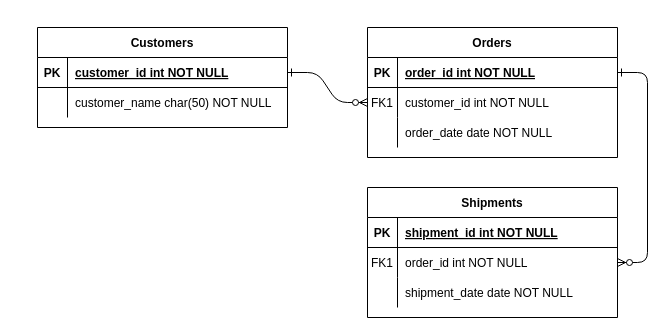
This is E-R Diagram.drawio from wuheison/draw.io, a draw.io file, before an edit. Source tidied: cells renumbered, new cells numbered last; positions are measured from the earlier drawing's top-left corner, leaving out a move shared by most shapes. Both pictures are drawn from the tidied source at 100%, with x=0, y=0 at pixel (37, 27).
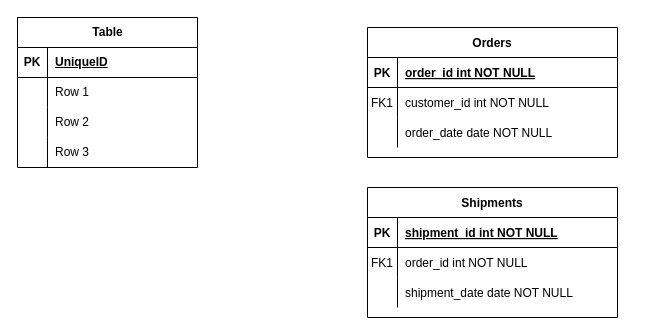
After the change.

Unchanged cells that the change refers to:
```xml
<mxCell id="5" style="shape=partialRectangle;fillColor=none;points=[[0,0.5],[1,0.5]];portConstraint=eastwest;top=0;left=0;right=0;bottom=1;" parent="4" vertex="1">
  <mxGeometry y="30" width="250" height="30" as="geometry" />
</mxCell>
<mxCell id="8" style="shape=partialRectangle;fillColor=none;points=[[0,0.5],[1,0.5]];portConstraint=eastwest;top=0;left=0;right=0;bottom=0;" parent="4" vertex="1">
  <mxGeometry y="60" width="250" height="30" as="geometry" />
</mxCell>
<mxCell id="18" style="shape=partialRectangle;fillColor=none;points=[[0,0.5],[1,0.5]];portConstraint=eastwest;top=0;left=0;right=0;bottom=0;" parent="14" vertex="1">
  <mxGeometry y="60" width="250" height="30" as="geometry" />
</mxCell>
```

What changed in the source:
```diff
@@
-    <mxCell id="2" style="edgeStyle=entityRelationEdgeStyle;endArrow=ERzeroToMany;startArrow=ERone;endFill=1;startFill=0;" parent="1" edge="1" source="25" target="8">
-      <mxGeometry relative="1" as="geometry" />
-    </mxCell>
-    <mxCell id="3" style="edgeStyle=entityRelationEdgeStyle;endArrow=ERzeroToMany;startArrow=ERone;endFill=1;startFill=0;" parent="1" edge="1" source="5" target="18">
-      <mxGeometry relative="1" as="geometry" />
-    </mxCell>
@@
-    <mxCell id="24" value="Customers" style="shape=table;startSize=30;childLayout=tableLayout;rowLines=0;fontStyle=1;align=center;" parent="1" vertex="1">
-      <mxGeometry width="250" height="100" as="geometry" />
-    </mxCell>
-    <mxCell id="25" style="shape=partialRectangle;fillColor=none;points=[[0,0.5],[1,0.5]];portConstraint=eastwest;top=0;left=0;right=0;bottom=1;" parent="24" vertex="1">
-      <mxGeometry y="30" width="250" height="30" as="geometry" />
-    </mxCell>
+    <mxCell id="31" value="Table" style="shape=table;startSize=30;childLayout=tableLayout;rowLines=0;fontStyle=1;align=center;html=1;" parent="1" vertex="1">
+      <mxGeometry x="-20" y="-10" width="180" height="150" as="geometry" />
+    </mxCell>
+    <mxCell id="32" style="shape=tableRow;horizontal=0;startSize=0;swimlaneHead=0;swimlaneBody=0;fillColor=none;top=0;left=0;right=0;bottom=1;" parent="31" vertex="1">
+      <mxGeometry y="30" width="180" height="30" as="geometry" />
+    </mxCell>
-    <mxCell id="26" value="PK" style="shape=partialRectangle;overflow=hidden;fillColor=none;top=0;left=0;bottom=0;right=0;fontStyle=1;" parent="25" vertex="1">
+    <mxCell id="26" value="PK" style="shape=partialRectangle;fillColor=none;top=0;left=0;bottom=0;right=0;fontStyle=1;overflow=hidden;whiteSpace=wrap;html=1;" parent="32" vertex="1">
       <mxGeometry width="30" height="30" as="geometry" />
     </mxCell>
-    <mxCell id="27" value="customer_id int NOT NULL " style="shape=partialRectangle;overflow=hidden;fillColor=none;top=0;left=0;bottom=0;right=0;align=left;spacingLeft=6;fontStyle=5;" parent="25" vertex="1">
-      <mxGeometry x="30" width="220" height="30" as="geometry" />
-    </mxCell>
-    <mxCell id="28" style="shape=partialRectangle;fillColor=none;top=0;left=0;right=0;bottom=0;" parent="24" vertex="1">
-      <mxGeometry y="60" width="250" height="30" as="geometry" />
-    </mxCell>
-    <mxCell id="29" style="shape=partialRectangle;overflow=hidden;fillColor=none;top=0;left=0;bottom=0;right=0;" parent="28" vertex="1">
-      <mxGeometry width="30" height="30" as="geometry" />
-    </mxCell>
-    <mxCell id="30" value="customer_name char(50) NOT NULL" style="shape=partialRectangle;overflow=hidden;fillColor=none;top=0;left=0;bottom=0;right=0;align=left;spacingLeft=6;" parent="28" vertex="1">
-      <mxGeometry x="30" width="220" height="30" as="geometry" />
-    </mxCell>
+    <mxCell id="33" value="UniqueID" style="shape=partialRectangle;fillColor=none;top=0;left=0;bottom=0;right=0;align=left;spacingLeft=6;fontStyle=5;overflow=hidden;whiteSpace=wrap;html=1;" parent="32" vertex="1">
+      <mxGeometry x="30" width="150" height="30" as="geometry" />
+    </mxCell>
+    <mxCell id="34" style="shape=tableRow;horizontal=0;startSize=0;swimlaneHead=0;swimlaneBody=0;fillColor=none;top=0;left=0;right=0;bottom=0;" parent="31" vertex="1">
+      <mxGeometry y="60" width="180" height="30" as="geometry" />
+    </mxCell>
+    <mxCell id="35" style="shape=partialRectangle;fillColor=none;top=0;left=0;bottom=0;right=0;overflow=hidden;whiteSpace=wrap;html=1;" parent="34" vertex="1">
+      <mxGeometry width="30" height="30" as="geometry" />
+    </mxCell>
+    <mxCell id="36" value="Row 1" style="shape=partialRectangle;fillColor=none;top=0;left=0;bottom=0;right=0;align=left;spacingLeft=6;overflow=hidden;whiteSpace=wrap;html=1;" parent="34" vertex="1">
+      <mxGeometry x="30" width="150" height="30" as="geometry" />
+    </mxCell>
+    <mxCell id="37" style="shape=tableRow;horizontal=0;startSize=0;swimlaneHead=0;swimlaneBody=0;fillColor=none;top=0;left=0;right=0;bottom=0;" parent="31" vertex="1">
+      <mxGeometry y="90" width="180" height="30" as="geometry" />
+    </mxCell>
+    <mxCell id="38" style="shape=partialRectangle;fillColor=none;top=0;left=0;bottom=0;right=0;overflow=hidden;whiteSpace=wrap;html=1;" parent="37" vertex="1">
+      <mxGeometry width="30" height="30" as="geometry" />
+    </mxCell>
+    <mxCell id="39" value="Row 2" style="shape=partialRectangle;fillColor=none;top=0;left=0;bottom=0;right=0;align=left;spacingLeft=6;overflow=hidden;whiteSpace=wrap;html=1;" parent="37" vertex="1">
+      <mxGeometry x="30" width="150" height="30" as="geometry" />
+    </mxCell>
+    <mxCell id="40" style="shape=tableRow;horizontal=0;startSize=0;swimlaneHead=0;swimlaneBody=0;fillColor=none;top=0;left=0;right=0;bottom=0;" parent="31" vertex="1">
+      <mxGeometry y="120" width="180" height="30" as="geometry" />
+    </mxCell>
+    <mxCell id="41" style="shape=partialRectangle;fillColor=none;top=0;left=0;bottom=0;right=0;overflow=hidden;whiteSpace=wrap;html=1;" parent="40" vertex="1">
+      <mxGeometry width="30" height="30" as="geometry" />
+    </mxCell>
+    <mxCell id="42" value="Row 3" style="shape=partialRectangle;fillColor=none;top=0;left=0;bottom=0;right=0;align=left;spacingLeft=6;overflow=hidden;whiteSpace=wrap;html=1;" parent="40" vertex="1">
+      <mxGeometry x="30" width="150" height="30" as="geometry" />
+    </mxCell>
```
